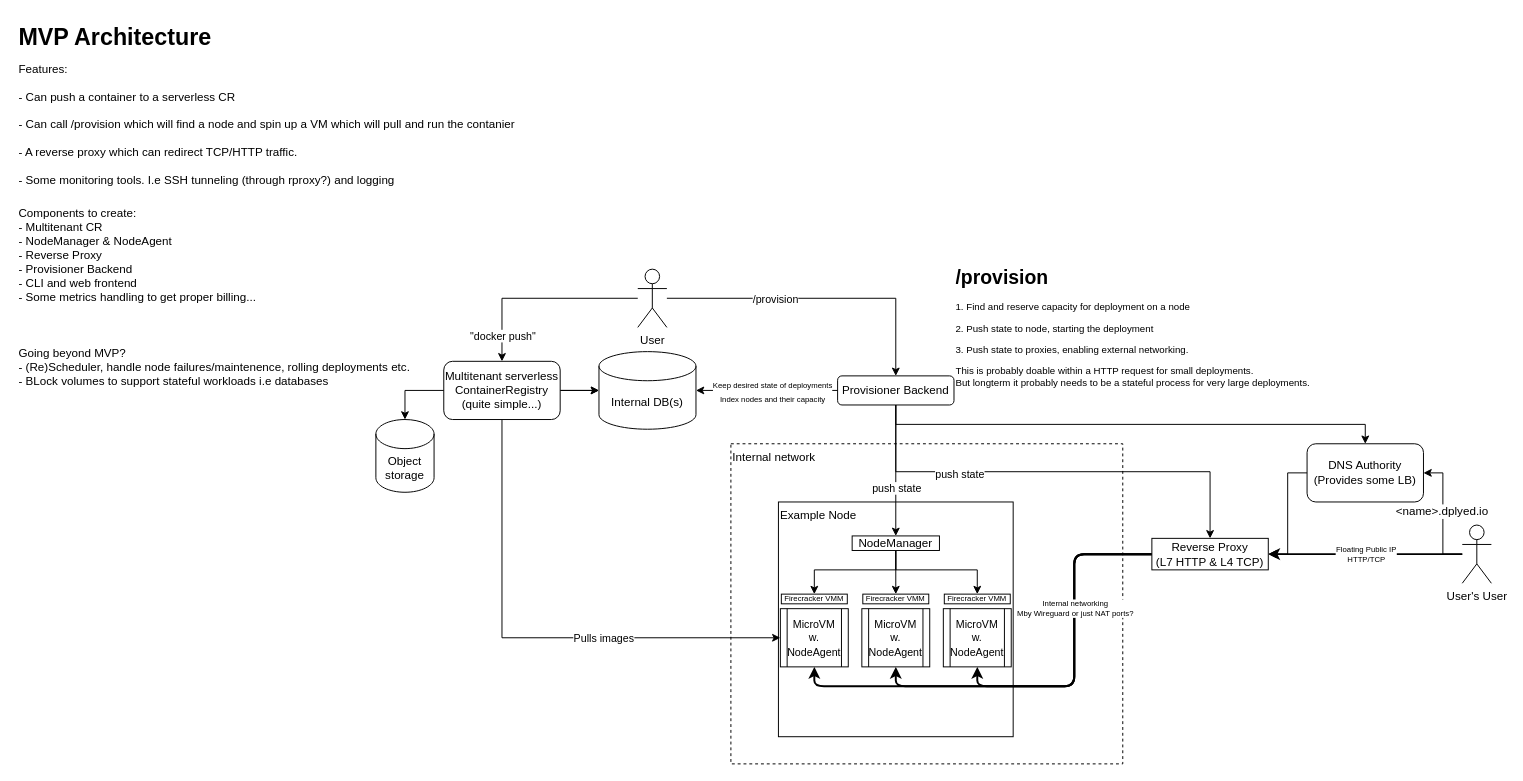
The draw.io diagram architecture.drawio in cachpachios/container-infra, before the edit. Source tidied: cells renumbered, new cells numbered last; positions are measured from the earlier drawing's top-left corner, leaving out a move shared by most shapes. Both pictures are drawn from the tidied source at 97%, with x=0, y=0 at pixel (16, 16).
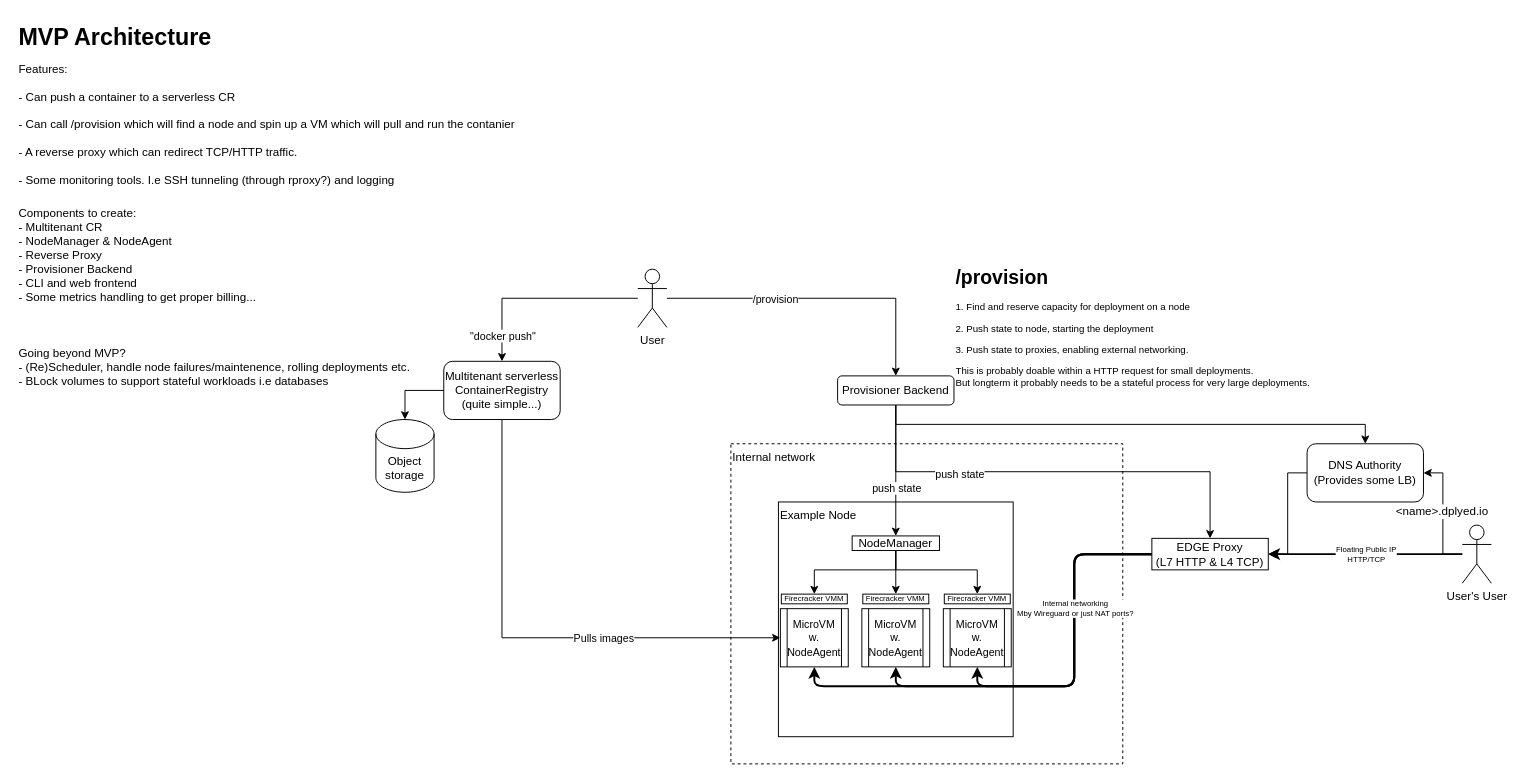
After the change.

The change refers to these unchanged cells:
```xml
<mxCell id="13" value="Provisioner Backend" style="rounded=1;whiteSpace=wrap;html=1;" parent="1" vertex="1">
  <mxGeometry x="846" y="370" width="120" height="30" as="geometry" />
</mxCell>
<mxCell id="43" value="Multitenant serverless&lt;br&gt;ContainerRegistry&lt;br&gt;(quite simple...)" style="rounded=1;whiteSpace=wrap;html=1;" parent="1" vertex="1">
  <mxGeometry x="440" y="355" width="120" height="60" as="geometry" />
</mxCell>
```

What changed in the source:
```diff
@@
-    <mxCell id="14" value="Internal DB(s)" style="shape=cylinder3;whiteSpace=wrap;html=1;boundedLbl=1;backgroundOutline=1;size=15;" parent="1" vertex="1">
-      <mxGeometry x="600" y="345" width="100" height="80" as="geometry" />
-    </mxCell>
-    <mxCell id="15" style="edgeStyle=orthogonalEdgeStyle;rounded=0;jettySize=auto;html=1;entryX=1;entryY=0.5;entryDx=0;entryDy=0;entryPerimeter=0;" parent="1" edge="1" source="13" target="14">
-      <mxGeometry relative="1" as="geometry" />
-    </mxCell>
-    <mxCell id="16" value="&lt;font style=&quot;font-size: 8px;&quot;&gt;Keep desired state of deployments&lt;br&gt;Index nodes and their capacity&lt;/font&gt;" style="edgeLabel;html=1;align=center;verticalAlign=middle;" parent="15" vertex="1">
-      <mxGeometry x="-0.2" relative="1" as="geometry">
-        <mxPoint x="-10" as="offset" />
-      </mxGeometry>
-    </mxCell>
@@
-    <mxCell id="26" value="Reverse Proxy&lt;div&gt;(L7 HTTP &amp;amp; L4 TCP)&lt;/div&gt;" style="rounded=0;whiteSpace=wrap;html=1;" parent="1" vertex="1">
+    <mxCell id="26" value="EDGE Proxy&lt;div&gt;(L7 HTTP &amp;amp; L4 TCP)&lt;/div&gt;" style="rounded=0;whiteSpace=wrap;html=1;" parent="1" vertex="1">
       <mxGeometry x="1170" y="537.5" width="120" height="32.5" as="geometry" />
     </mxCell>
@@
-    <mxCell id="41" style="edgeStyle=orthogonalEdgeStyle;rounded=0;jettySize=auto;html=1;" parent="1" edge="1" source="43" target="14">
-      <mxGeometry relative="1" as="geometry" />
-    </mxCell>
-    <mxCell id="42" style="edgeStyle=orthogonalEdgeStyle;rounded=0;jettySize=auto;html=1;" parent="1" edge="1" source="43" target="14">
-      <mxGeometry relative="1" as="geometry" />
-    </mxCell>
```
